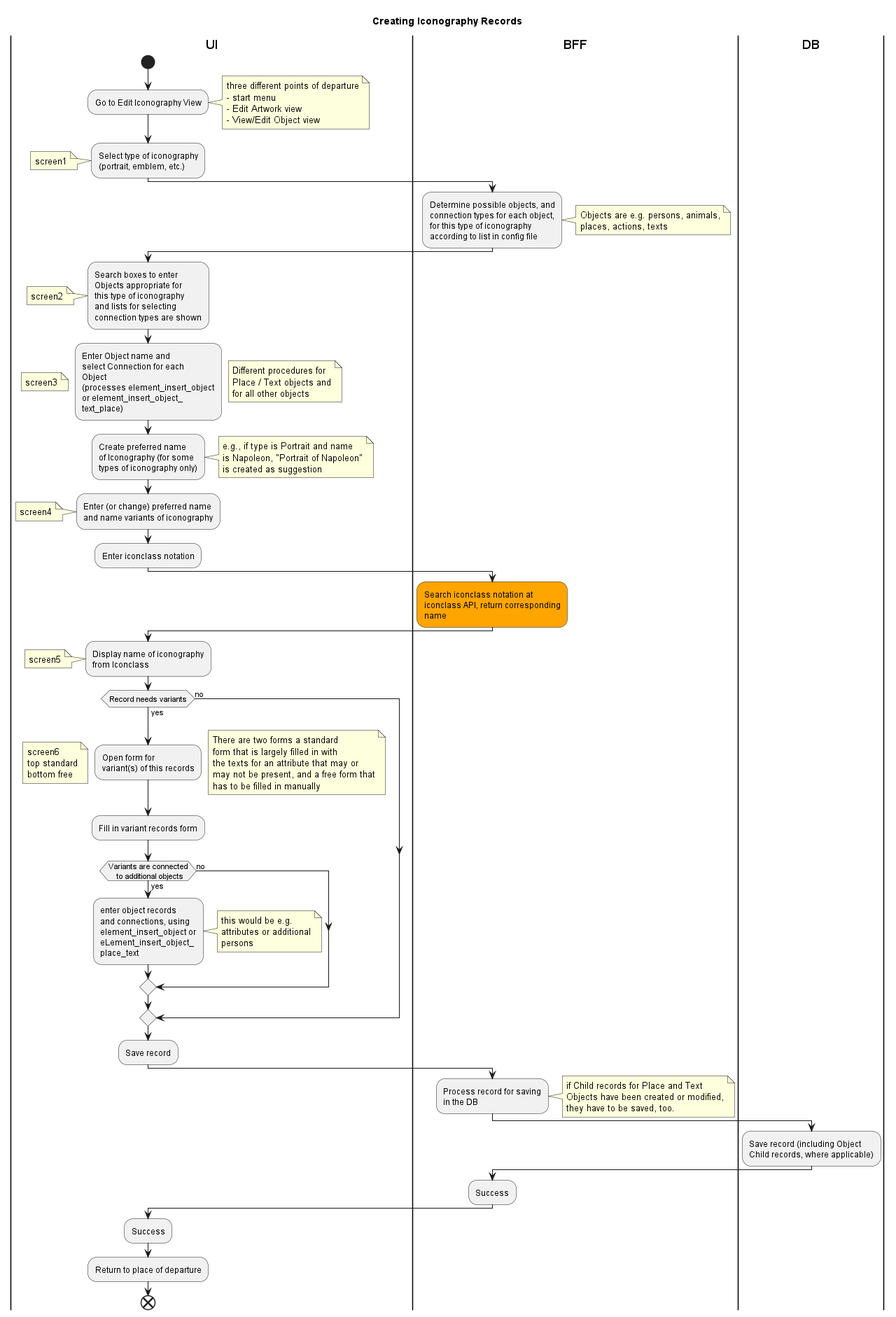
Before: documentation/readme_diagrams/create_iconography.png, a diagram exported from PlantUML (tmasch/bpf_be).
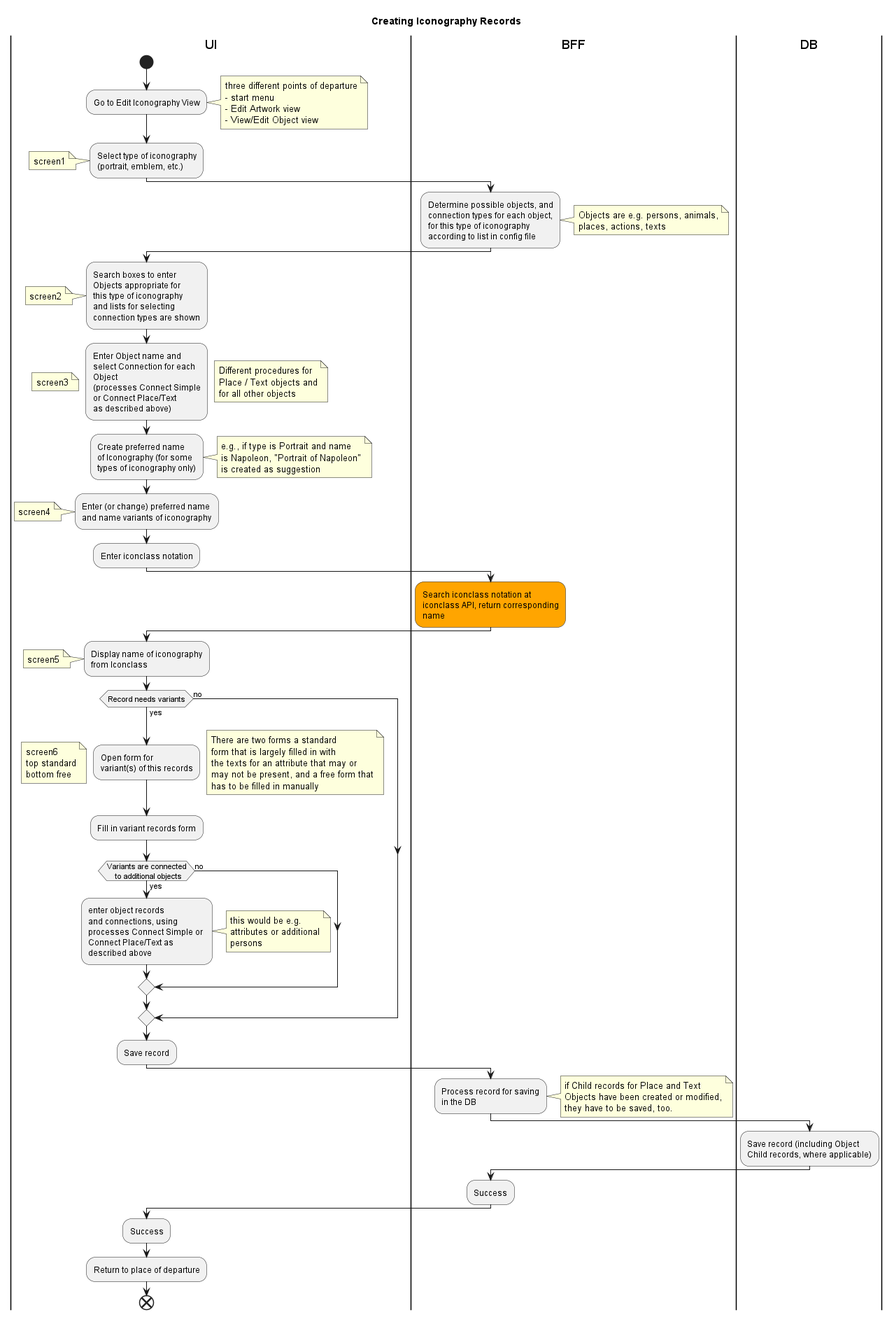
Above is the later version.

The edit, as a diff of the source:
```diff
@@ -35,9 +35,9 @@
 :Enter Object name and
 select Connection for each
 Object
-(processes element_insert_object
-or element_insert_object_
-text_place);
+(processes Connect Simple
+or Connect Place/Text
+as described above);
 note left
 screen3
 endnote
@@ -92,9 +92,9 @@
     to additional objects) then (yes)
         :enter object records
         and connections, using
-        element_insert_object or
-        eLement_insert_object_
-        place_text;
+        processes Connect Simple or
+        Connect Place/Text as
+        described above;
         note right
         this would be e.g.
         attributes or additional
```
